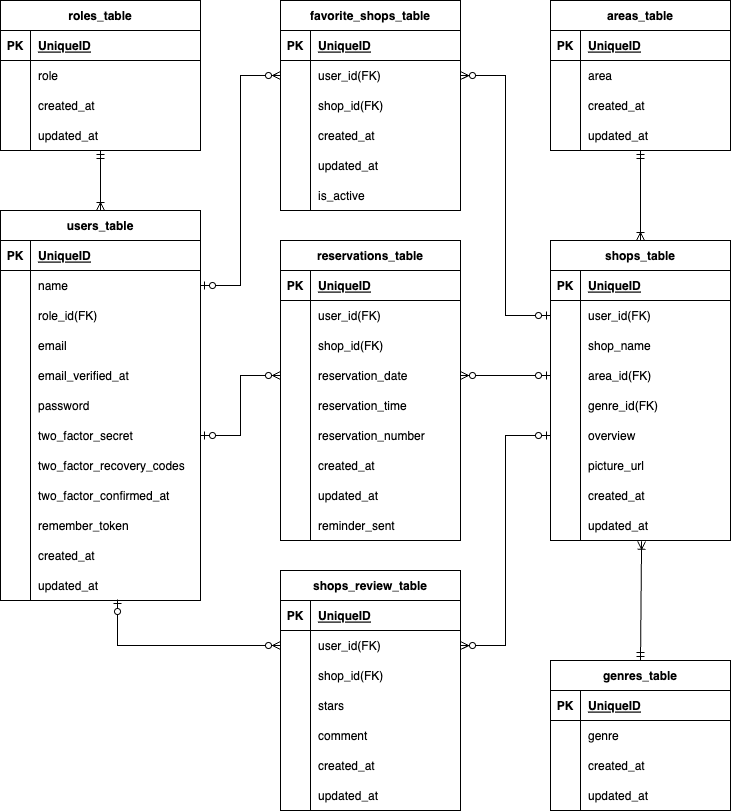
The draw.io diagram src/ER_drawing.drawio.png in hirokam/Rese_dev, before a commit. Source tidied: cells renumbered, new cells last; positions are measured from the earlier drawing's top-left corner, leaving out a move shared by most shapes.
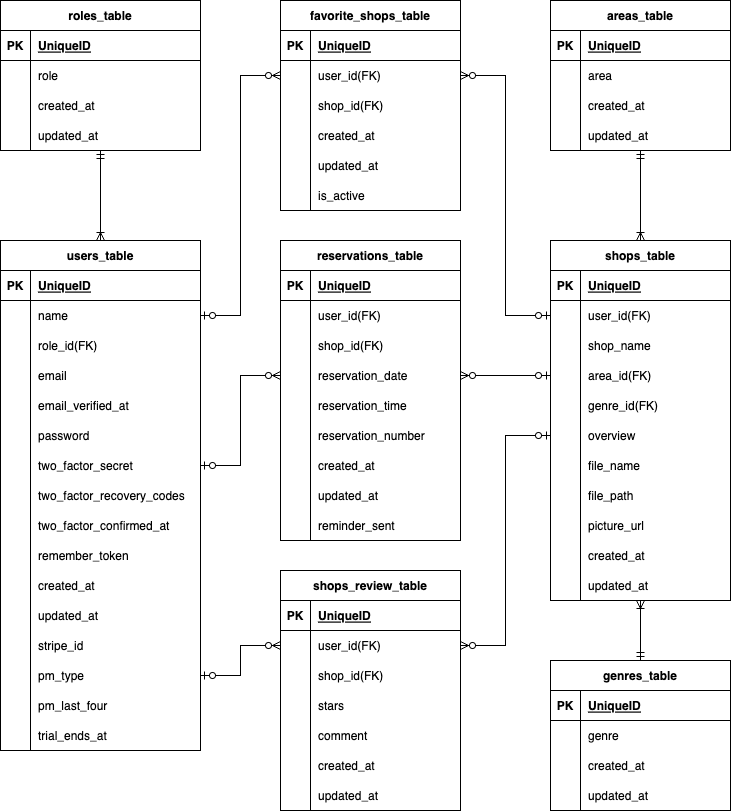
After the commit.

The edit, as a diff of the source:
```diff
@@ -3,7 +3,7 @@
     <mxCell id="0" />
     <mxCell id="1" parent="0" />
     <mxCell id="2" value="users_table" style="shape=table;startSize=30;rowLines=0;fontStyle=1;align=center;" parent="1" vertex="1">
-      <mxGeometry y="210" width="200" height="390" as="geometry" />
+      <mxGeometry y="240" width="200" height="510" as="geometry" />
     </mxCell>
     <mxCell id="3" style="shape=tableRow;horizontal=0;startSize=0;swimlaneHead=0;swimlaneBody=0;fillColor=none;top=0;left=0;right=0;bottom=1;" parent="2" vertex="1">
       <mxGeometry y="30" width="200" height="30" as="geometry" />
@@ -113,8 +113,44 @@
     <mxCell id="38" value="updated_at" style="shape=partialRectangle;fillColor=none;top=0;left=0;bottom=0;right=0;align=left;spacingLeft=6;overflow=hidden;" parent="36" vertex="1">
       <mxGeometry x="30" width="170" height="30" as="geometry" />
     </mxCell>
+    <mxCell id="184" style="shape=tableRow;horizontal=0;startSize=0;swimlaneHead=0;swimlaneBody=0;fillColor=none;top=0;left=0;right=0;bottom=0;" parent="2" vertex="1">
+      <mxGeometry y="390" width="200" height="30" as="geometry" />
+    </mxCell>
+    <mxCell id="185" style="shape=partialRectangle;fillColor=none;top=0;left=0;bottom=0;right=0;overflow=hidden;" parent="184" vertex="1">
+      <mxGeometry width="30" height="30" as="geometry" />
+    </mxCell>
+    <mxCell id="186" value="stripe_id" style="shape=partialRectangle;fillColor=none;top=0;left=0;bottom=0;right=0;align=left;spacingLeft=6;overflow=hidden;" parent="184" vertex="1">
+      <mxGeometry x="30" width="170" height="30" as="geometry" />
+    </mxCell>
+    <mxCell id="187" style="shape=tableRow;horizontal=0;startSize=0;swimlaneHead=0;swimlaneBody=0;fillColor=none;points=[[0,0.5],[1,0.5]];portConstraint=eastwest;top=0;left=0;right=0;bottom=0;" parent="2" vertex="1">
+      <mxGeometry y="420" width="200" height="30" as="geometry" />
+    </mxCell>
+    <mxCell id="188" style="shape=partialRectangle;fillColor=none;top=0;left=0;bottom=0;right=0;overflow=hidden;" parent="187" vertex="1">
+      <mxGeometry width="30" height="30" as="geometry" />
+    </mxCell>
+    <mxCell id="189" value="pm_type" style="shape=partialRectangle;fillColor=none;top=0;left=0;bottom=0;right=0;align=left;spacingLeft=6;overflow=hidden;" parent="187" vertex="1">
+      <mxGeometry x="30" width="170" height="30" as="geometry" />
+    </mxCell>
+    <mxCell id="190" style="shape=tableRow;horizontal=0;startSize=0;swimlaneHead=0;swimlaneBody=0;fillColor=none;top=0;left=0;right=0;bottom=0;" parent="2" vertex="1">
+      <mxGeometry y="450" width="200" height="30" as="geometry" />
+    </mxCell>
+    <mxCell id="191" style="shape=partialRectangle;fillColor=none;top=0;left=0;bottom=0;right=0;overflow=hidden;" parent="190" vertex="1">
+      <mxGeometry width="30" height="30" as="geometry" />
+    </mxCell>
+    <mxCell id="192" value="pm_last_four" style="shape=partialRectangle;fillColor=none;top=0;left=0;bottom=0;right=0;align=left;spacingLeft=6;overflow=hidden;" parent="190" vertex="1">
+      <mxGeometry x="30" width="170" height="30" as="geometry" />
+    </mxCell>
+    <mxCell id="193" style="shape=tableRow;horizontal=0;startSize=0;swimlaneHead=0;swimlaneBody=0;fillColor=none;top=0;left=0;right=0;bottom=0;" parent="2" vertex="1">
+      <mxGeometry y="480" width="200" height="30" as="geometry" />
+    </mxCell>
+    <mxCell id="194" style="shape=partialRectangle;fillColor=none;top=0;left=0;bottom=0;right=0;overflow=hidden;" parent="193" vertex="1">
+      <mxGeometry width="30" height="30" as="geometry" />
+    </mxCell>
+    <mxCell id="195" value="trial_ends_at" style="shape=partialRectangle;fillColor=none;top=0;left=0;bottom=0;right=0;align=left;spacingLeft=6;overflow=hidden;" parent="193" vertex="1">
+      <mxGeometry x="30" width="170" height="30" as="geometry" />
+    </mxCell>
     <mxCell id="39" value="shops_table" style="shape=table;startSize=30;rowLines=0;fontStyle=1;align=center;" parent="1" vertex="1">
-      <mxGeometry x="550" y="240" width="180" height="300" as="geometry" />
+      <mxGeometry x="550" y="240" width="180" height="360" as="geometry" />
     </mxCell>
     <mxCell id="40" style="shape=tableRow;horizontal=0;startSize=0;swimlaneHead=0;swimlaneBody=0;fillColor=none;top=0;left=0;right=0;bottom=1;" parent="39" vertex="1">
       <mxGeometry y="30" width="180" height="30" as="geometry" />
@@ -176,7 +212,7 @@
     <mxCell id="59" style="shape=partialRectangle;fillColor=none;top=0;left=0;bottom=0;right=0;overflow=hidden;" parent="58" vertex="1">
       <mxGeometry width="30" height="30" as="geometry" />
     </mxCell>
-    <mxCell id="60" value="picture_url" style="shape=partialRectangle;fillColor=none;top=0;left=0;bottom=0;right=0;align=left;spacingLeft=6;overflow=hidden;" parent="58" vertex="1">
+    <mxCell id="60" value="file_name" style="shape=partialRectangle;fillColor=none;top=0;left=0;bottom=0;right=0;align=left;spacingLeft=6;overflow=hidden;" parent="58" vertex="1">
       <mxGeometry x="30" width="150" height="30" as="geometry" />
     </mxCell>
     <mxCell id="61" style="shape=tableRow;horizontal=0;startSize=0;swimlaneHead=0;swimlaneBody=0;fillColor=none;top=0;left=0;right=0;bottom=0;" parent="39" vertex="1">
@@ -185,7 +221,7 @@
     <mxCell id="62" style="shape=partialRectangle;fillColor=none;top=0;left=0;bottom=0;right=0;overflow=hidden;" parent="61" vertex="1">
       <mxGeometry width="30" height="30" as="geometry" />
     </mxCell>
-    <mxCell id="63" value="created_at" style="shape=partialRectangle;fillColor=none;top=0;left=0;bottom=0;right=0;align=left;spacingLeft=6;overflow=hidden;" parent="61" vertex="1">
+    <mxCell id="63" value="file_path" style="shape=partialRectangle;fillColor=none;top=0;left=0;bottom=0;right=0;align=left;spacingLeft=6;overflow=hidden;" parent="61" vertex="1">
       <mxGeometry x="30" width="150" height="30" as="geometry" />
     </mxCell>
     <mxCell id="64" style="shape=tableRow;horizontal=0;startSize=0;swimlaneHead=0;swimlaneBody=0;fillColor=none;points=[[0,0.5],[1,0.5]];portConstraint=eastwest;top=0;left=0;right=0;bottom=0;" parent="39" vertex="1">
@@ -194,9 +230,27 @@
     <mxCell id="65" style="shape=partialRectangle;fillColor=none;top=0;left=0;bottom=0;right=0;overflow=hidden;" parent="64" vertex="1">
       <mxGeometry width="30" height="30" as="geometry" />
     </mxCell>
-    <mxCell id="66" value="updated_at" style="shape=partialRectangle;fillColor=none;top=0;left=0;bottom=0;right=0;align=left;spacingLeft=6;overflow=hidden;" parent="64" vertex="1">
+    <mxCell id="66" value="picture_url" style="shape=partialRectangle;fillColor=none;top=0;left=0;bottom=0;right=0;align=left;spacingLeft=6;overflow=hidden;" parent="64" vertex="1">
       <mxGeometry x="30" width="150" height="30" as="geometry" />
     </mxCell>
+    <mxCell id="196" style="shape=tableRow;horizontal=0;startSize=0;swimlaneHead=0;swimlaneBody=0;fillColor=none;top=0;left=0;right=0;bottom=0;" parent="39" vertex="1">
+      <mxGeometry y="300" width="180" height="30" as="geometry" />
+    </mxCell>
+    <mxCell id="197" style="shape=partialRectangle;fillColor=none;top=0;left=0;bottom=0;right=0;overflow=hidden;" parent="196" vertex="1">
+      <mxGeometry width="30" height="30" as="geometry" />
+    </mxCell>
+    <mxCell id="198" value="created_at" style="shape=partialRectangle;fillColor=none;top=0;left=0;bottom=0;right=0;align=left;spacingLeft=6;overflow=hidden;" parent="196" vertex="1">
+      <mxGeometry x="30" width="150" height="30" as="geometry" />
+    </mxCell>
+    <mxCell id="199" style="shape=tableRow;horizontal=0;startSize=0;swimlaneHead=0;swimlaneBody=0;fillColor=none;top=0;left=0;right=0;bottom=0;" parent="39" vertex="1">
+      <mxGeometry y="330" width="180" height="30" as="geometry" />
+    </mxCell>
+    <mxCell id="200" style="shape=partialRectangle;fillColor=none;top=0;left=0;bottom=0;right=0;overflow=hidden;" parent="199" vertex="1">
+      <mxGeometry width="30" height="30" as="geometry" />
+    </mxCell>
+    <mxCell id="201" value="updated_at" style="shape=partialRectangle;fillColor=none;top=0;left=0;bottom=0;right=0;align=left;spacingLeft=6;overflow=hidden;" parent="199" vertex="1">
+      <mxGeometry x="30" width="150" height="30" as="geometry" />
+    </mxCell>
     <mxCell id="67" value="favorite_shops_table" style="shape=table;startSize=30;rowLines=0;fontStyle=1;align=center;" parent="1" vertex="1">
       <mxGeometry x="280" width="180" height="210" as="geometry" />
     </mxCell>
@@ -416,7 +470,7 @@
     <mxCell id="139" value="updated_at" style="shape=partialRectangle;fillColor=none;top=0;left=0;bottom=0;right=0;align=left;spacingLeft=6;overflow=hidden;" parent="137" vertex="1">
       <mxGeometry x="30" width="150" height="30" as="geometry" />
     </mxCell>
-    <mxCell id="140" style="edgeStyle=orthogonalEdgeStyle;fontSize=12;html=1;endArrow=ERzeroToMany;startArrow=ERzeroToOne;exitX=0.585;exitY=0.967;exitDx=0;exitDy=0;entryX=0;entryY=0.5;entryDx=0;entryDy=0;rounded=0;exitPerimeter=0;" parent="1" edge="1" source="36" target="122">
+    <mxCell id="140" style="edgeStyle=orthogonalEdgeStyle;fontSize=12;html=1;endArrow=ERzeroToMany;startArrow=ERzeroToOne;exitX=1;exitY=0.5;exitDx=0;exitDy=0;entryX=0;entryY=0.5;entryDx=0;entryDy=0;rounded=0;" parent="1" edge="1" source="187" target="122">
       <mxGeometry relative="1" as="geometry" />
     </mxCell>
     <mxCell id="141" style="edgeStyle=orthogonalEdgeStyle;fontSize=12;html=1;endArrow=ERzeroToMany;startArrow=ERzeroToOne;exitX=0;exitY=0.5;exitDx=0;exitDy=0;entryX=1;entryY=0.5;entryDx=0;entryDy=0;rounded=0;" parent="1" edge="1" source="55" target="122">
@@ -505,8 +559,10 @@
         <mxPoint x="640" y="150" as="sourcePoint" />
       </mxGeometry>
     </mxCell>
-    <mxCell id="169" style="fontSize=12;html=1;endArrow=ERoneToMany;startArrow=ERmandOne;exitX=0.5;exitY=0;exitDx=0;exitDy=0;entryX=0.506;entryY=1.025;entryDx=0;entryDy=0;entryPerimeter=0;" parent="1" edge="1" source="155" target="64">
-      <mxGeometry relative="1" as="geometry" />
+    <mxCell id="169" style="fontSize=12;html=1;endArrow=ERoneToMany;startArrow=ERmandOne;exitX=0.5;exitY=0;exitDx=0;exitDy=0;" parent="1" edge="1" source="155">
+      <mxGeometry relative="1" as="geometry">
+        <mxPoint x="640" y="600" as="targetPoint" />
+      </mxGeometry>
     </mxCell>
     <mxCell id="170" value="roles_table" style="shape=table;startSize=30;rowLines=0;fontStyle=1;align=center;" parent="1" vertex="1">
       <mxGeometry width="200" height="150" as="geometry" />
```
